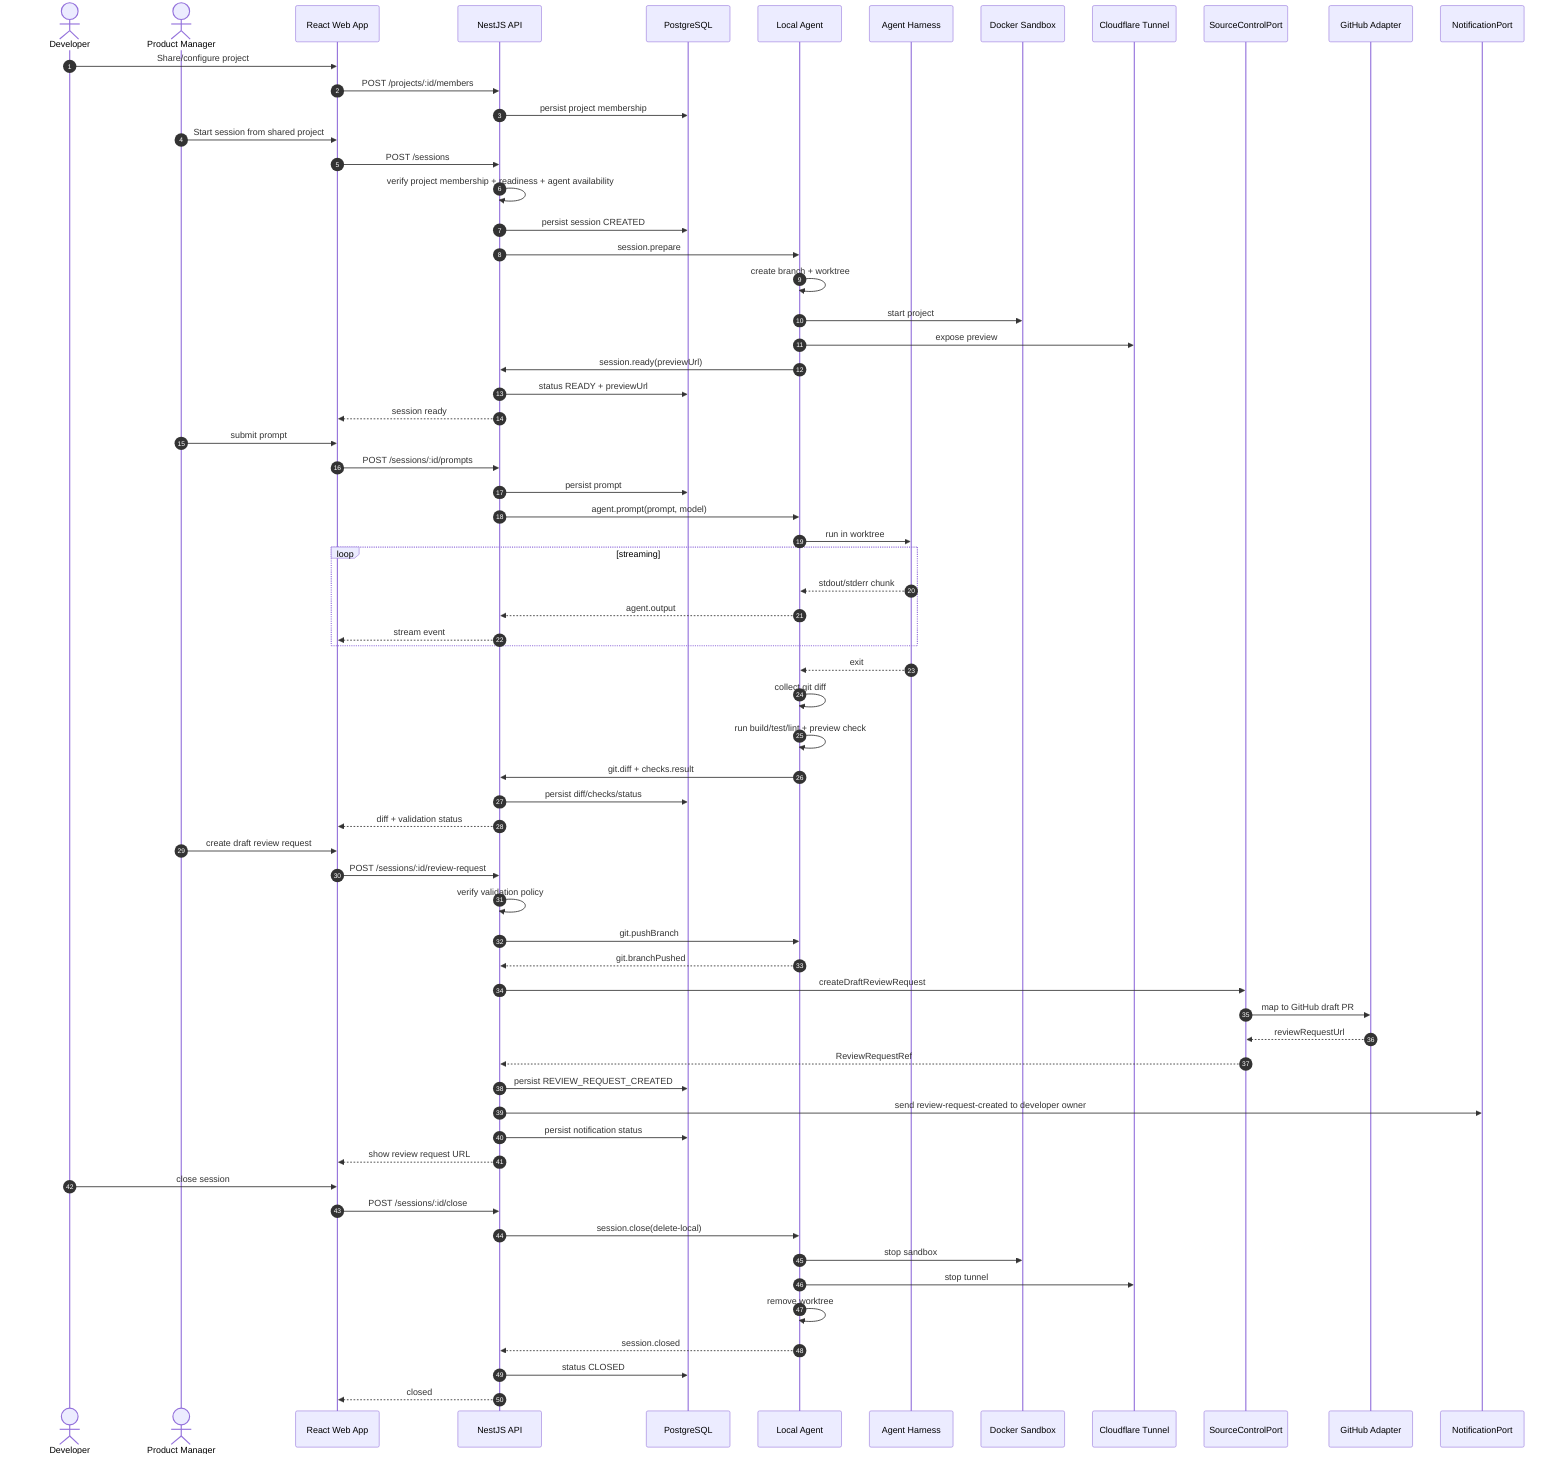
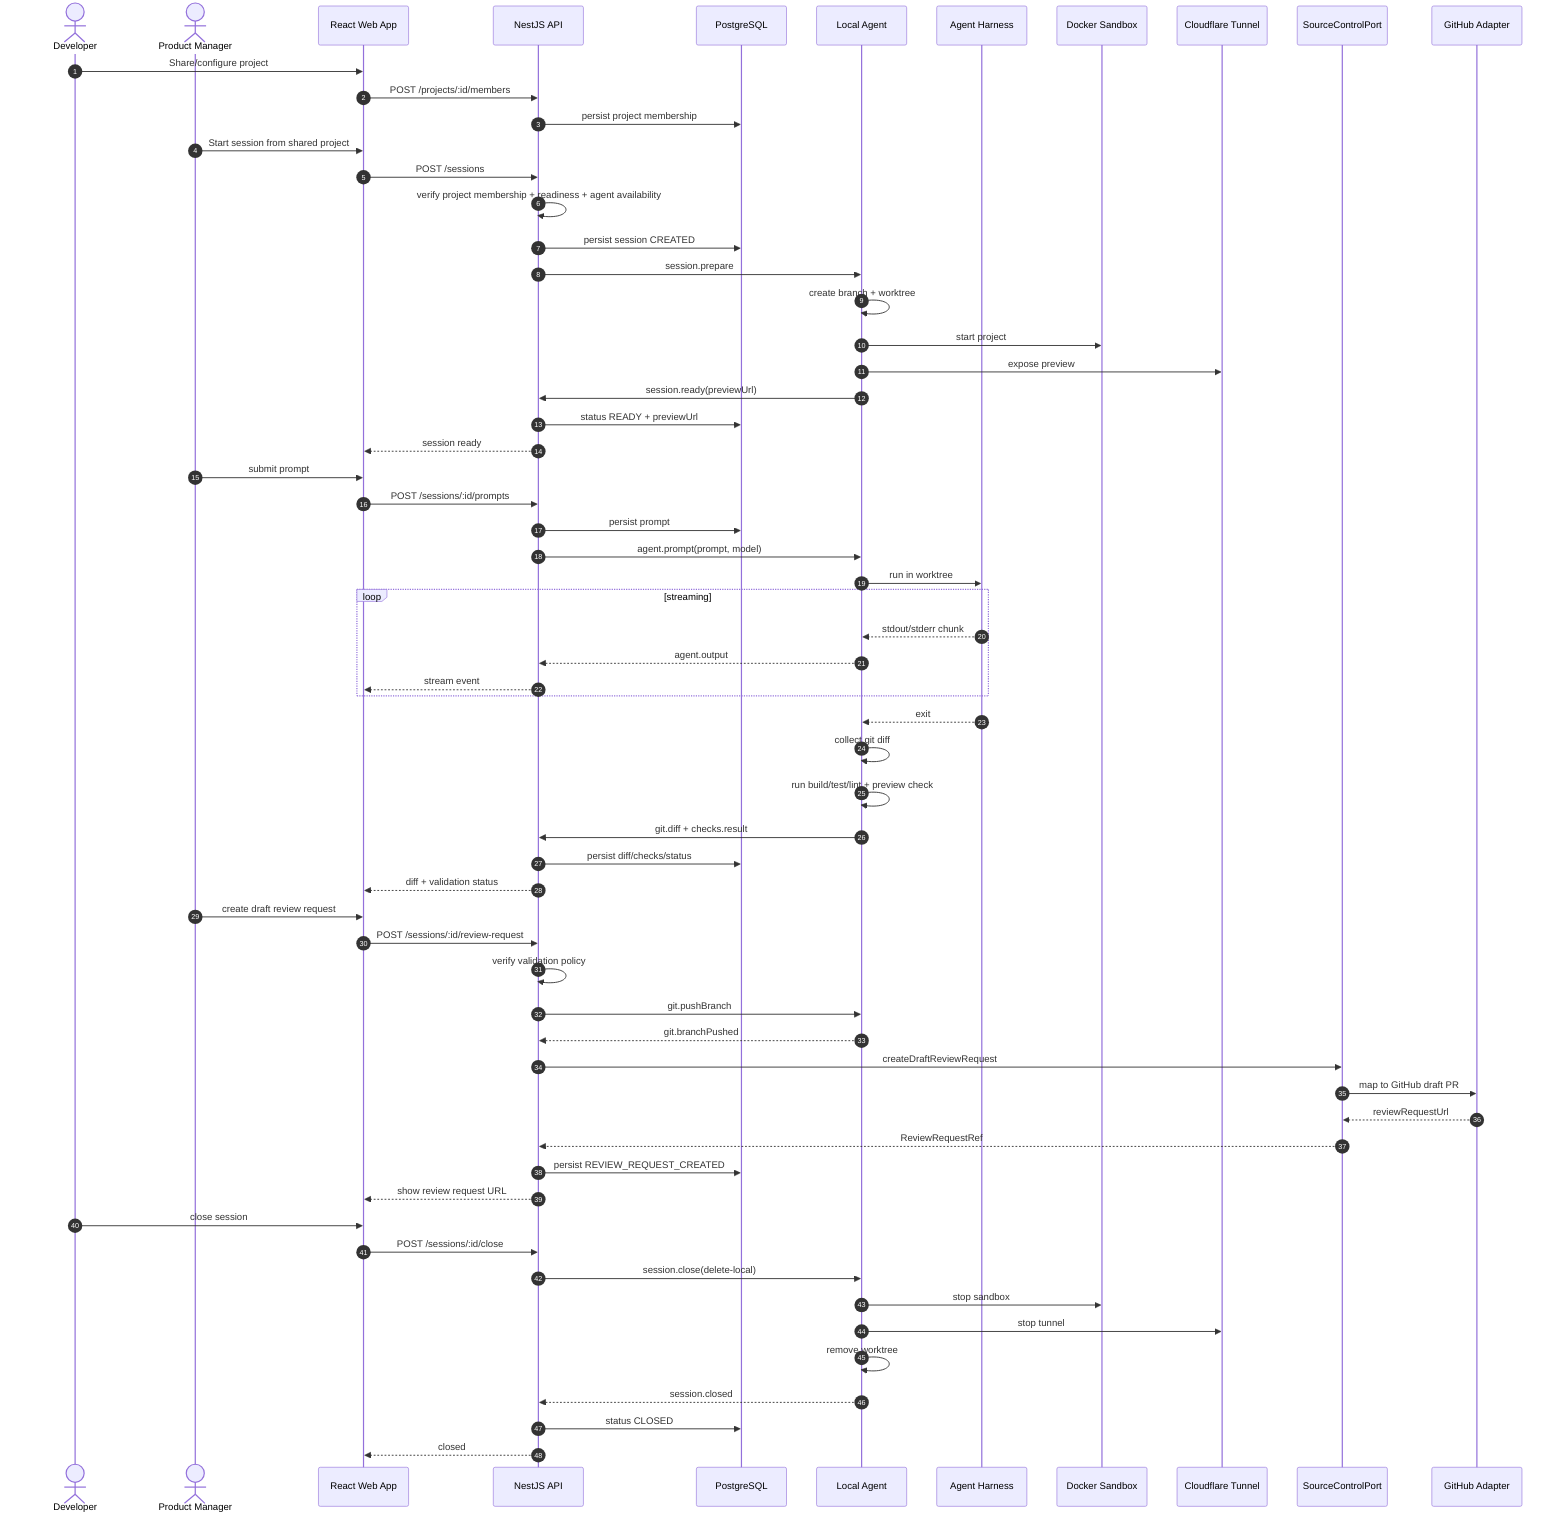
sequenceDiagram
  autonumber
  actor Dev as Developer
  actor PM as Product Manager
  participant Web as React Web App
  participant API as NestJS API
  participant DB as PostgreSQL
  participant Agent as Local Agent
  participant Harness as Agent Harness
  participant Docker as Docker Sandbox
  participant Tunnel as Cloudflare Tunnel
  participant SC as SourceControlPort
  participant GH as GitHub Adapter
-   participant Notify as NotificationPort

  Dev->>Web: Share/configure project
  Web->>API: POST /projects/:id/members
  API->>DB: persist project membership

  PM->>Web: Start session from shared project
  Web->>API: POST /sessions
  API->>API: verify project membership + readiness + agent availability
  API->>DB: persist session CREATED
  API->>Agent: session.prepare
  Agent->>Agent: create branch + worktree
  Agent->>Docker: start project
  Agent->>Tunnel: expose preview
  Agent->>API: session.ready(previewUrl)
  API->>DB: status READY + previewUrl
  API-->>Web: session ready

  PM->>Web: submit prompt
  Web->>API: POST /sessions/:id/prompts
  API->>DB: persist prompt
  API->>Agent: agent.prompt(prompt, model)
  Agent->>Harness: run in worktree
  loop streaming
    Harness-->>Agent: stdout/stderr chunk
    Agent-->>API: agent.output
    API-->>Web: stream event
  end
  Harness-->>Agent: exit
  Agent->>Agent: collect git diff
  Agent->>Agent: run build/test/lint + preview check
  Agent->>API: git.diff + checks.result
  API->>DB: persist diff/checks/status
  API-->>Web: diff + validation status

  PM->>Web: create draft review request
  Web->>API: POST /sessions/:id/review-request
  API->>API: verify validation policy
  API->>Agent: git.pushBranch
  Agent-->>API: git.branchPushed
  API->>SC: createDraftReviewRequest
  SC->>GH: map to GitHub draft PR
  GH-->>SC: reviewRequestUrl
  SC-->>API: ReviewRequestRef
  API->>DB: persist REVIEW_REQUEST_CREATED
-   API->>Notify: send review-request-created to developer owner
-   API->>DB: persist notification status
  API-->>Web: show review request URL

  Dev->>Web: close session
  Web->>API: POST /sessions/:id/close
  API->>Agent: session.close(delete-local)
  Agent->>Docker: stop sandbox
  Agent->>Tunnel: stop tunnel
  Agent->>Agent: remove worktree
  Agent-->>API: session.closed
  API->>DB: status CLOSED
  API-->>Web: closed
